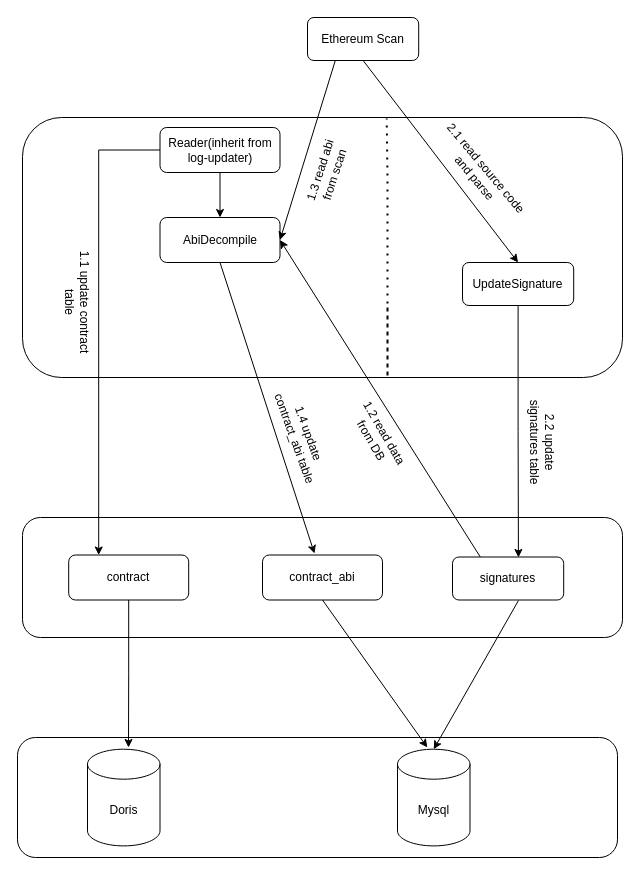
This is architecture.drawio from HanWang233/draw.io, a draw.io file, before an edit. Source tidied: cells renumbered, new cells numbered last; positions are measured from the earlier drawing's top-left corner, leaving out a move shared by most shapes. Both pictures are drawn from the tidied source at 100%, with x=0, y=0 at pixel (17, 17).
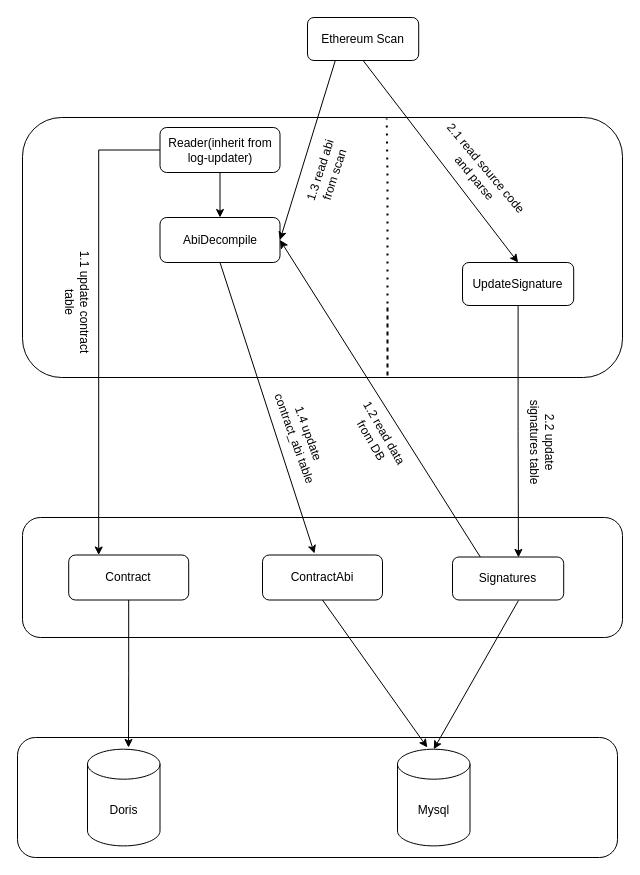
The same diagram, later.

The change refers to these unchanged cells:
```xml
<mxCell id="5" style="rounded=1;whiteSpace=wrap;html=1;" parent="1" vertex="1">
  <mxGeometry x="5" y="500" width="600" height="120" as="geometry" />
</mxCell>
```

Change to the diagram source:
```diff
@@
-    <mxCell id="6" value="signatures" style="rounded=1;whiteSpace=wrap;html=1;" parent="5" vertex="1">
+    <mxCell id="6" value="Signatures" style="rounded=1;whiteSpace=wrap;html=1;" parent="5" vertex="1">
       <mxGeometry x="430" y="39.5" width="111.2" height="43" as="geometry" />
     </mxCell>
-    <mxCell id="7" value="contract_abi" style="rounded=1;whiteSpace=wrap;html=1;" parent="5" vertex="1">
+    <mxCell id="7" value="ContractAbi" style="rounded=1;whiteSpace=wrap;html=1;" parent="5" vertex="1">
       <mxGeometry x="240" y="37.5" width="120" height="45" as="geometry" />
     </mxCell>
@@
-    <mxCell id="10" value="contract" style="rounded=1;whiteSpace=wrap;html=1;" parent="1" vertex="1">
+    <mxCell id="10" value="Contract" style="rounded=1;whiteSpace=wrap;html=1;" parent="1" vertex="1">
       <mxGeometry x="51.2" y="537.5" width="120" height="45" as="geometry" />
     </mxCell>
```
